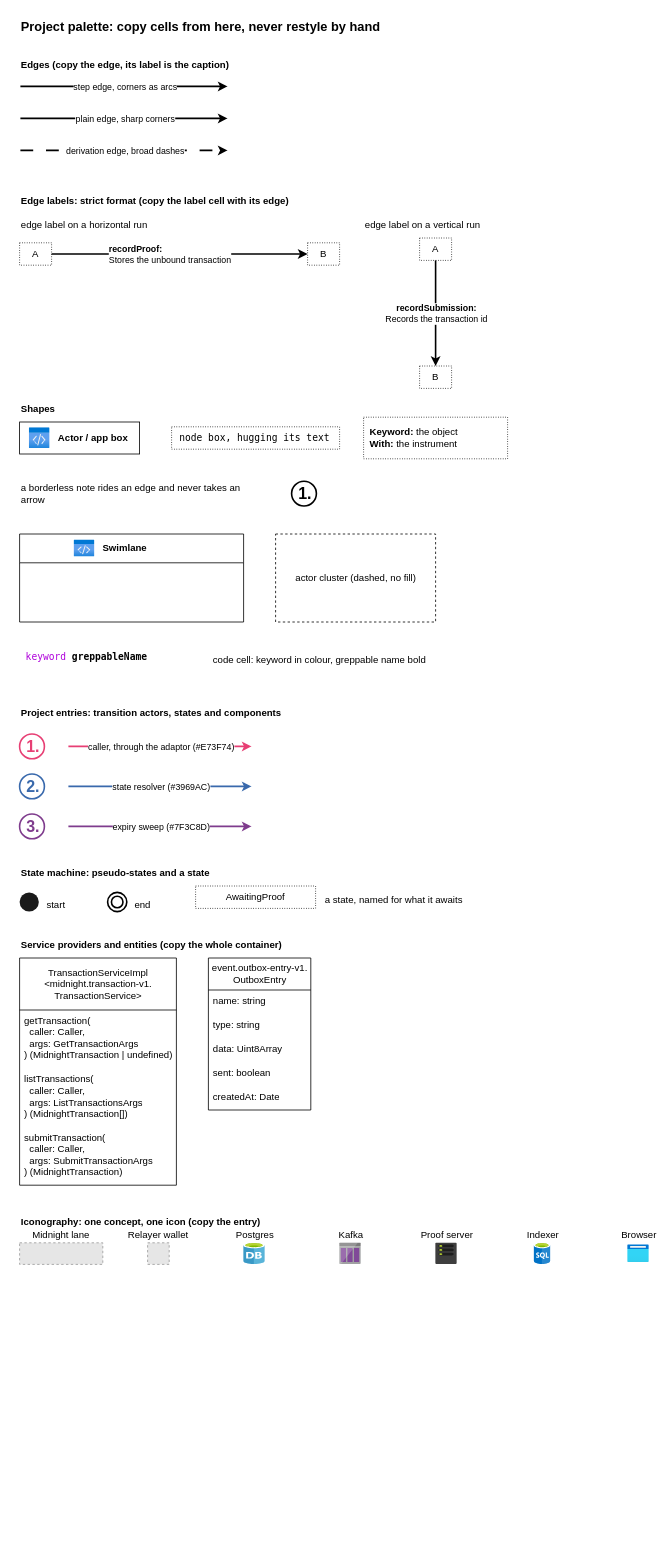
Before: docs/diagram-palette.drawio in sig-net/full-stack-demo, a draw.io diagram. Source tidied: cells renumbered, new cells numbered last; positions are measured from the earlier drawing's top-left corner, leaving out a move shared by most shapes. Both pictures are drawn from the tidied source at 80%, with x=0, y=0 at pixel (19, 14). Pictures stored in the file or linked from it are replaced by grey dashed boxes.
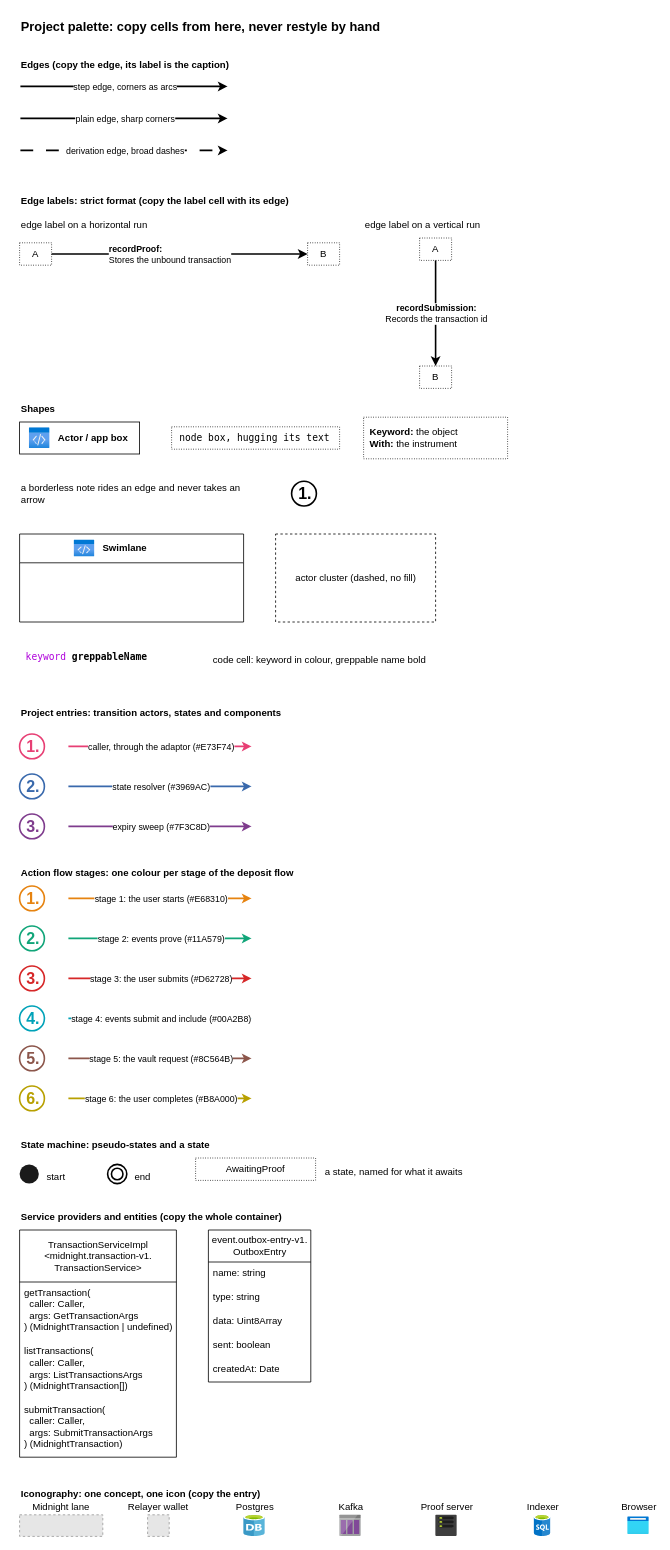
The same diagram, later.

Change to the diagram source:
```diff
@@
+    <mxCell id="84" value="Action flow stages: one colour per stage of the deposit flow" style="text;html=1;fontStyle=1;" parent="1" vertex="1">
+      <mxGeometry y="1060" width="520" height="20" as="geometry" />
+    </mxCell>
+    <mxCell id="85" value="1." style="ellipse;whiteSpace=wrap;html=1;fontStyle=1;fontSize=20;spacing=0;spacingTop=-2;fillColor=none;spacingLeft=3;fontColor=#E68310;strokeWidth=2;strokeColor=#E68310;" parent="1" vertex="1">
+      <mxGeometry y="1090" width="31" height="31" as="geometry" />
+    </mxCell>
+    <mxCell id="86" style="point;html=1;strokeColor=none;fillColor=none;" parent="1" vertex="1">
+      <mxGeometry x="60" y="1105" width="1" height="1" as="geometry" />
+    </mxCell>
+    <mxCell id="87" style="point;html=1;strokeColor=none;fillColor=none;" parent="1" vertex="1">
+      <mxGeometry x="290" y="1105" width="1" height="1" as="geometry" />
+    </mxCell>
+    <mxCell id="88" style="exitX=1;exitY=0.5;exitDx=0;exitDy=0;entryX=0;entryY=0.5;entryDx=0;entryDy=0;html=1;strokeColor=#E68310;rounded=1;arcSize=20;strokeWidth=2;" parent="1" edge="1" source="86" target="87">
+      <mxGeometry relative="1" as="geometry" />
+    </mxCell>
+    <mxCell id="89" value="stage 1: the user starts (#E68310)" style="edgeLabel;html=1;align=center;verticalAlign=middle;labelBackgroundColor=default;" parent="88" vertex="1">
+      <mxGeometry relative="1" as="geometry" />
+    </mxCell>
+    <mxCell id="90" value="2." style="ellipse;whiteSpace=wrap;html=1;fontStyle=1;fontSize=20;spacing=0;spacingTop=-2;fillColor=none;spacingLeft=3;fontColor=#11A579;strokeWidth=2;strokeColor=#11A579;" parent="1" vertex="1">
+      <mxGeometry y="1140" width="31" height="31" as="geometry" />
+    </mxCell>
+    <mxCell id="91" style="point;html=1;strokeColor=none;fillColor=none;" parent="1" vertex="1">
+      <mxGeometry x="60" y="1155" width="1" height="1" as="geometry" />
+    </mxCell>
+    <mxCell id="92" style="point;html=1;strokeColor=none;fillColor=none;" parent="1" vertex="1">
+      <mxGeometry x="290" y="1155" width="1" height="1" as="geometry" />
+    </mxCell>
+    <mxCell id="93" style="exitX=1;exitY=0.5;exitDx=0;exitDy=0;entryX=0;entryY=0.5;entryDx=0;entryDy=0;html=1;strokeColor=#11A579;rounded=1;arcSize=20;strokeWidth=2;" parent="1" edge="1" source="91" target="92">
+      <mxGeometry relative="1" as="geometry" />
+    </mxCell>
+    <mxCell id="94" value="stage 2: events prove (#11A579)" style="edgeLabel;html=1;align=center;verticalAlign=middle;labelBackgroundColor=default;" parent="93" vertex="1">
+      <mxGeometry relative="1" as="geometry" />
+    </mxCell>
+    <mxCell id="95" value="3." style="ellipse;whiteSpace=wrap;html=1;fontStyle=1;fontSize=20;spacing=0;spacingTop=-2;fillColor=none;spacingLeft=3;fontColor=#D62728;strokeWidth=2;strokeColor=#D62728;" parent="1" vertex="1">
+      <mxGeometry y="1190" width="31" height="31" as="geometry" />
+    </mxCell>
+    <mxCell id="96" style="point;html=1;strokeColor=none;fillColor=none;" parent="1" vertex="1">
+      <mxGeometry x="60" y="1205" width="1" height="1" as="geometry" />
+    </mxCell>
+    <mxCell id="97" style="point;html=1;strokeColor=none;fillColor=none;" parent="1" vertex="1">
+      <mxGeometry x="290" y="1205" width="1" height="1" as="geometry" />
+    </mxCell>
+    <mxCell id="98" style="exitX=1;exitY=0.5;exitDx=0;exitDy=0;entryX=0;entryY=0.5;entryDx=0;entryDy=0;html=1;strokeColor=#D62728;rounded=1;arcSize=20;strokeWidth=2;" parent="1" edge="1" source="96" target="97">
+      <mxGeometry relative="1" as="geometry" />
+    </mxCell>
+    <mxCell id="99" value="stage 3: the user submits (#D62728)" style="edgeLabel;html=1;align=center;verticalAlign=middle;labelBackgroundColor=default;" parent="98" vertex="1">
+      <mxGeometry relative="1" as="geometry" />
+    </mxCell>
+    <mxCell id="100" value="4." style="ellipse;whiteSpace=wrap;html=1;fontStyle=1;fontSize=20;spacing=0;spacingTop=-2;fillColor=none;spacingLeft=3;fontColor=#00A2B8;strokeWidth=2;strokeColor=#00A2B8;" parent="1" vertex="1">
+      <mxGeometry y="1240" width="31" height="31" as="geometry" />
+    </mxCell>
+    <mxCell id="101" style="point;html=1;strokeColor=none;fillColor=none;" parent="1" vertex="1">
+      <mxGeometry x="60" y="1255" width="1" height="1" as="geometry" />
+    </mxCell>
+    <mxCell id="102" style="point;html=1;strokeColor=none;fillColor=none;" parent="1" vertex="1">
+      <mxGeometry x="290" y="1255" width="1" height="1" as="geometry" />
+    </mxCell>
+    <mxCell id="103" style="exitX=1;exitY=0.5;exitDx=0;exitDy=0;entryX=0;entryY=0.5;entryDx=0;entryDy=0;html=1;strokeColor=#00A2B8;rounded=1;arcSize=20;strokeWidth=2;" parent="1" edge="1" source="101" target="102">
+      <mxGeometry relative="1" as="geometry" />
+    </mxCell>
+    <mxCell id="104" value="stage 4: events submit and include (#00A2B8)" style="edgeLabel;html=1;align=center;verticalAlign=middle;labelBackgroundColor=default;" parent="103" vertex="1">
+      <mxGeometry relative="1" as="geometry" />
+    </mxCell>
+    <mxCell id="105" value="5." style="ellipse;whiteSpace=wrap;html=1;fontStyle=1;fontSize=20;spacing=0;spacingTop=-2;fillColor=none;spacingLeft=3;fontColor=#8C564B;strokeWidth=2;strokeColor=#8C564B;" parent="1" vertex="1">
+      <mxGeometry y="1290" width="31" height="31" as="geometry" />
+    </mxCell>
+    <mxCell id="106" style="point;html=1;strokeColor=none;fillColor=none;" parent="1" vertex="1">
+      <mxGeometry x="60" y="1305" width="1" height="1" as="geometry" />
+    </mxCell>
+    <mxCell id="107" style="point;html=1;strokeColor=none;fillColor=none;" parent="1" vertex="1">
+      <mxGeometry x="290" y="1305" width="1" height="1" as="geometry" />
+    </mxCell>
+    <mxCell id="108" style="exitX=1;exitY=0.5;exitDx=0;exitDy=0;entryX=0;entryY=0.5;entryDx=0;entryDy=0;html=1;strokeColor=#8C564B;rounded=1;arcSize=20;strokeWidth=2;" parent="1" edge="1" source="106" target="107">
+      <mxGeometry relative="1" as="geometry" />
+    </mxCell>
+    <mxCell id="109" value="stage 5: the vault request (#8C564B)" style="edgeLabel;html=1;align=center;verticalAlign=middle;labelBackgroundColor=default;" parent="108" vertex="1">
+      <mxGeometry relative="1" as="geometry" />
+    </mxCell>
+    <mxCell id="110" value="6." style="ellipse;whiteSpace=wrap;html=1;fontStyle=1;fontSize=20;spacing=0;spacingTop=-2;fillColor=none;spacingLeft=3;fontColor=#B8A000;strokeWidth=2;strokeColor=#B8A000;" parent="1" vertex="1">
+      <mxGeometry y="1340" width="31" height="31" as="geometry" />
+    </mxCell>
+    <mxCell id="111" style="point;html=1;strokeColor=none;fillColor=none;" parent="1" vertex="1">
+      <mxGeometry x="60" y="1355" width="1" height="1" as="geometry" />
+    </mxCell>
+    <mxCell id="112" style="point;html=1;strokeColor=none;fillColor=none;" parent="1" vertex="1">
+      <mxGeometry x="290" y="1355" width="1" height="1" as="geometry" />
+    </mxCell>
+    <mxCell id="113" style="exitX=1;exitY=0.5;exitDx=0;exitDy=0;entryX=0;entryY=0.5;entryDx=0;entryDy=0;html=1;strokeColor=#B8A000;rounded=1;arcSize=20;strokeWidth=2;" parent="1" edge="1" source="111" target="112">
+      <mxGeometry relative="1" as="geometry" />
+    </mxCell>
+    <mxCell id="114" value="stage 6: the user completes (#B8A000)" style="edgeLabel;html=1;align=center;verticalAlign=middle;labelBackgroundColor=default;" parent="113" vertex="1">
+      <mxGeometry relative="1" as="geometry" />
+    </mxCell>
     <mxCell id="58" value="State machine: pseudo-states and a state" style="text;html=1;fontStyle=1;" parent="1" vertex="1">
-      <mxGeometry y="1060" width="520" height="20" as="geometry" />
+      <mxGeometry y="1400" width="520" height="20" as="geometry" />
     </mxCell>
     <mxCell id="59" style="ellipse;whiteSpace=wrap;html=1;fillColor=#1A1A1A;strokeColor=none;" parent="1" vertex="1">
-      <mxGeometry y="1098" width="24" height="24" as="geometry" />
+      <mxGeometry y="1438" width="24" height="24" as="geometry" />
     </mxCell>
     <mxCell id="60" value="start" style="text;html=1;" parent="1" vertex="1">
-      <mxGeometry x="32" y="1100" width="60" height="20" as="geometry" />
+      <mxGeometry x="32" y="1440" width="60" height="20" as="geometry" />
     </mxCell>
     <mxCell id="61" style="ellipse;shape=doubleEllipse;whiteSpace=wrap;html=1;fillColor=none;strokeWidth=2;" parent="1" vertex="1">
-      <mxGeometry x="110" y="1098" width="24" height="24" as="geometry" />
+      <mxGeometry x="110" y="1438" width="24" height="24" as="geometry" />
     </mxCell>
     <mxCell id="62" value="end" style="text;html=1;" parent="1" vertex="1">
-      <mxGeometry x="142" y="1100" width="60" height="20" as="geometry" />
+      <mxGeometry x="142" y="1440" width="60" height="20" as="geometry" />
     </mxCell>
     <mxCell id="63" value="AwaitingProof" style="rounded=0;whiteSpace=wrap;html=1;fillColor=none;dashed=1;dashPattern=1 2;strokeColor=default;verticalAlign=middle;align=center;spacingLeft=8;spacingRight=8;spacingTop=6;spacingBottom=6;" parent="1" vertex="1">
-      <mxGeometry x="220" y="1090" width="150" height="28" as="geometry" />
+      <mxGeometry x="220" y="1430" width="150" height="28" as="geometry" />
     </mxCell>
     <mxCell id="64" value="a state, named for what it awaits" style="text;html=1;" parent="1" vertex="1">
-      <mxGeometry x="380" y="1094" width="260" height="20" as="geometry" />
+      <mxGeometry x="380" y="1434" width="260" height="20" as="geometry" />
     </mxCell>
     <mxCell id="65" value="Service providers and entities (copy the whole container)" style="text;html=1;fontStyle=1;" parent="1" vertex="1">
-      <mxGeometry y="1150" width="520" height="20" as="geometry" />
+      <mxGeometry y="1490" width="520" height="20" as="geometry" />
     </mxCell>
     <mxCell id="66" value="TransactionServiceImpl&lt;br&gt;&amp;lt;midnight.transaction-v1.&lt;br&gt;TransactionService&amp;gt;" style="swimlane;fontStyle=0;horizontal=1;startSize=65;fillColor=default;html=1;fillStyle=solid;" parent="1" vertex="1">
-      <mxGeometry y="1180" width="196" height="284" as="geometry" />
+      <mxGeometry y="1520" width="196" height="284" as="geometry" />
     </mxCell>
@@
     <mxCell id="70" value="event.outbox-entry-v1.&lt;br&gt;OutboxEntry" style="swimlane;fontStyle=0;horizontal=1;startSize=40;fillColor=default;html=1;fillStyle=solid;" parent="1" vertex="1">
-      <mxGeometry x="236" y="1180" width="128" height="190" as="geometry" />
+      <mxGeometry x="236" y="1520" width="128" height="190" as="geometry" />
     </mxCell>
@@
     <mxCell id="76" value="Iconography: one concept, one icon (copy the entry)" style="text;html=1;fontStyle=1;" parent="1" vertex="1">
-      <mxGeometry y="1496" width="520" height="20" as="geometry" />
+      <mxGeometry y="1836" width="520" height="20" as="geometry" />
     </mxCell>
     <mxCell id="77" value="Midnight lane" style="fillColor=#E6E6E6;strokeColor=#999999;dashed=1;verticalLabelPosition=top;labelBackgroundColor=default;verticalAlign=bottom;" parent="1" vertex="1">
-      <mxGeometry y="1536" width="104" height="27" as="geometry" />
+      <mxGeometry y="1876" width="104" height="27" as="geometry" />
     </mxCell>
     <mxCell id="78" value="Relayer wallet" style="fillColor=#E6E6E6;strokeColor=#999999;dashed=1;verticalLabelPosition=top;labelBackgroundColor=default;verticalAlign=bottom;" parent="1" vertex="1">
-      <mxGeometry x="160" y="1536" width="27" height="27" as="geometry" />
+      <mxGeometry x="160" y="1876" width="27" height="27" as="geometry" />
     </mxCell>
     <mxCell id="79" value="Postgres" style="image;html=1;align=center;fontSize=12;verticalLabelPosition=top;verticalAlign=bottom;image=img/lib/mscae/Database_General.svg;" parent="1" vertex="1">
-      <mxGeometry x="280" y="1536" width="27" height="27" as="geometry" />
+      <mxGeometry x="280" y="1876" width="27" height="27" as="geometry" />
     </mxCell>
     <mxCell id="80" value="Kafka" style="image;html=1;align=center;fontSize=12;verticalLabelPosition=top;verticalAlign=bottom;image=img/lib/mscae/StorageQueue.svg;" parent="1" vertex="1">
-      <mxGeometry x="400" y="1536" width="27" height="27" as="geometry" />
+      <mxGeometry x="400" y="1876" width="27" height="27" as="geometry" />
     </mxCell>
     <mxCell id="81" value="Proof server" style="image;html=1;align=center;fontSize=12;verticalLabelPosition=top;verticalAlign=bottom;image=img/lib/mscae/Server.svg;" parent="1" vertex="1">
-      <mxGeometry x="520" y="1536" width="27" height="27" as="geometry" />
+      <mxGeometry x="520" y="1876" width="27" height="27" as="geometry" />
     </mxCell>
     <mxCell id="82" value="Indexer" style="image;html=1;align=center;fontSize=12;verticalLabelPosition=top;verticalAlign=bottom;image=img/lib/mscae/SQL_Database_generic.svg;" parent="1" vertex="1">
-      <mxGeometry x="640" y="1536" width="27" height="27" as="geometry" />
+      <mxGeometry x="640" y="1876" width="27" height="27" as="geometry" />
     </mxCell>
     <mxCell id="83" value="Browser" style="image;html=1;align=center;fontSize=12;verticalLabelPosition=top;verticalAlign=bottom;image=img/lib/azure2/general/Browser.svg;" parent="1" vertex="1">
-      <mxGeometry x="760" y="1536" width="27" height="27" as="geometry" />
+      <mxGeometry x="760" y="1876" width="27" height="27" as="geometry" />
     </mxCell>
```
